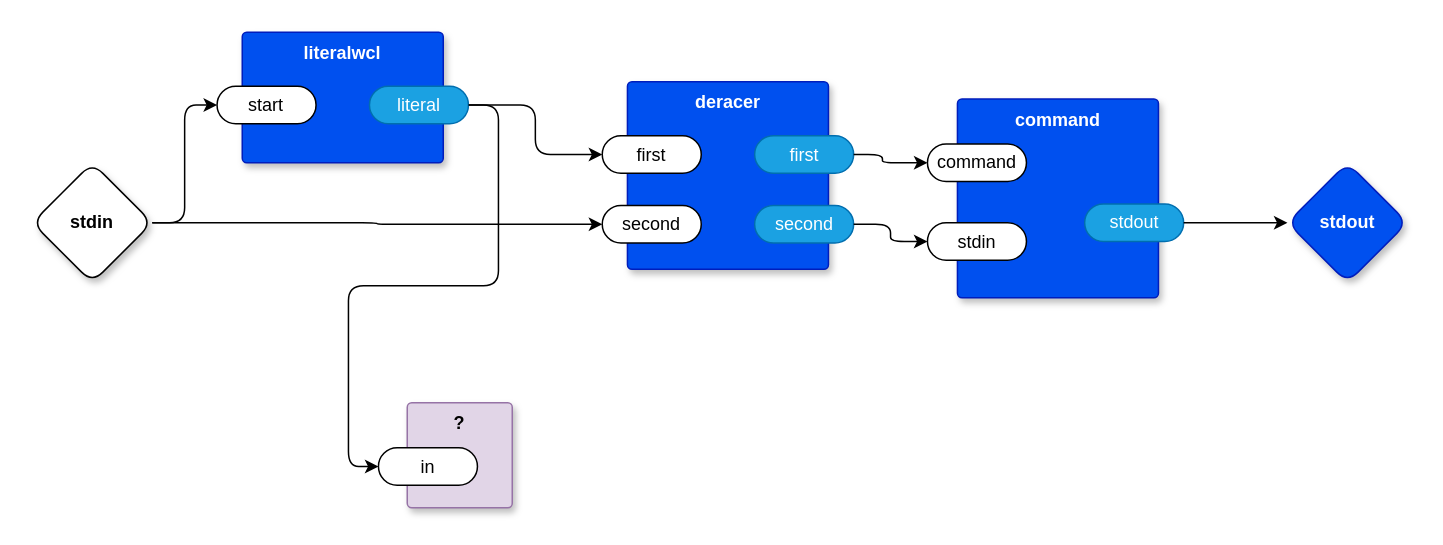
guitarvydas/odin0d keeps this draw.io diagram as page "softwcl" (5 of 5) of vsh.drawio. Above is the earlier version. Source tidied: cells renumbered, new cells numbered last; positions are measured from the earlier drawing's top-left corner, leaving out a move shared by most shapes. Both pictures are drawn from the tidied source at 150%, with x=0, y=0 at pixel (32, 32).
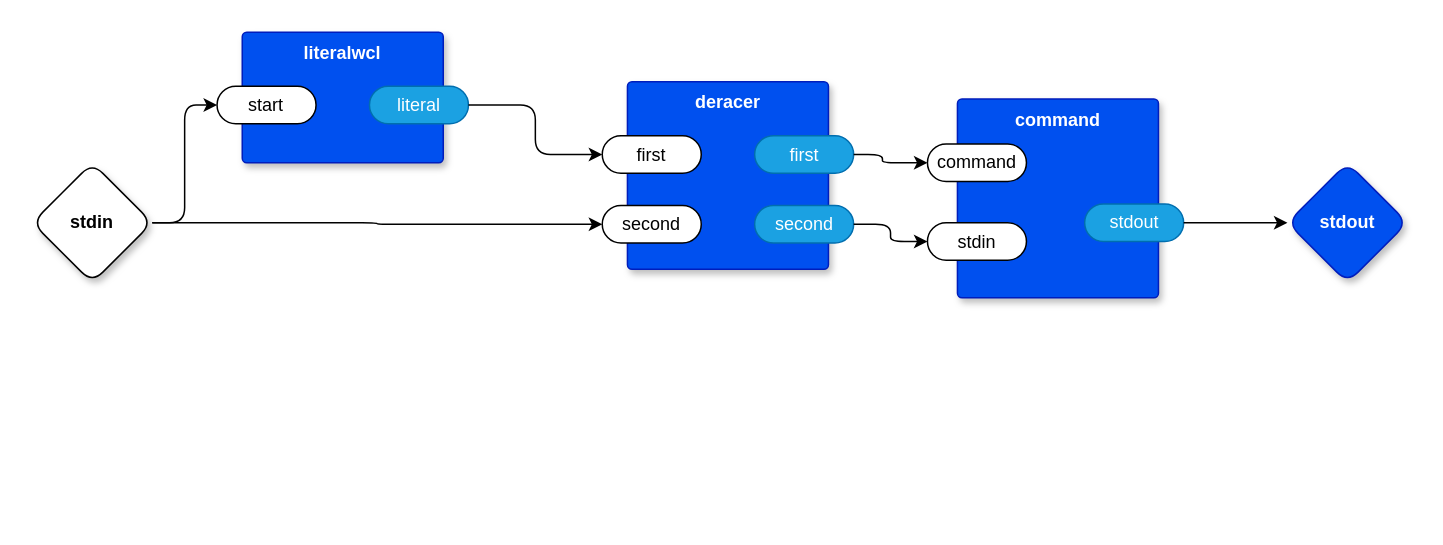
The same diagram, later.

The change refers to these unchanged cells:
```xml
<mxCell id="14" value="literal" style="rounded=1;whiteSpace=wrap;html=1;sketch=0;points=[[0,0.5,0,0,0],[1,0.5,0,0,0]];fillColor=#1ba1e2;fontColor=#ffffff;strokeColor=#006EAF;arcSize=50;" parent="12" vertex="1">
  <mxGeometry x="84.8" y="36" width="66" height="25" as="geometry" />
</mxCell>
```

What changed in the source:
```diff
@@
-    <mxCell id="8" style="edgeStyle=orthogonalEdgeStyle;shape=connector;rounded=1;jettySize=auto;html=1;exitX=1;exitY=0.5;exitDx=0;exitDy=0;exitPerimeter=0;entryX=0;entryY=0.5;entryDx=0;entryDy=0;entryPerimeter=0;labelBackgroundColor=default;strokeColor=default;fontFamily=Helvetica;fontSize=11;fontColor=default;endArrow=classic;" parent="1" edge="1" source="14" target="24">
-      <mxGeometry relative="1" as="geometry" />
-    </mxCell>
@@
-    <mxCell id="23" value="?" style="rounded=1;whiteSpace=wrap;html=1;sketch=0;verticalAlign=top;arcSize=6;fontStyle=1;absoluteArcSize=1;shadow=1;strokeColor=#9673a6;fillColor=#e1d5e7;" parent="1" vertex="1">
-      <mxGeometry x="250" y="247" width="70" height="70" as="geometry" />
-    </mxCell>
-    <mxCell id="24" value="in" style="rounded=1;whiteSpace=wrap;html=1;sketch=0;points=[[0,0.5,0,0,0],[1,0.5,0,0,0]];arcSize=50;" parent="23" vertex="1">
-      <mxGeometry x="-19.2" y="30" width="66" height="25" as="geometry" />
-    </mxCell>
```
